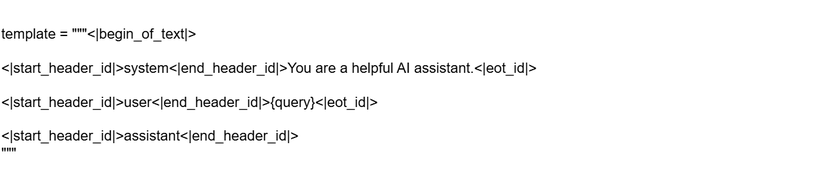
Above: mgm/output.png in TuuSiwei/paper_image (draw.io), before the change. Source tidied: cells renumbered, new cells last; positions are measured from the earlier drawing's top-left corner, leaving out a move shared by most shapes.
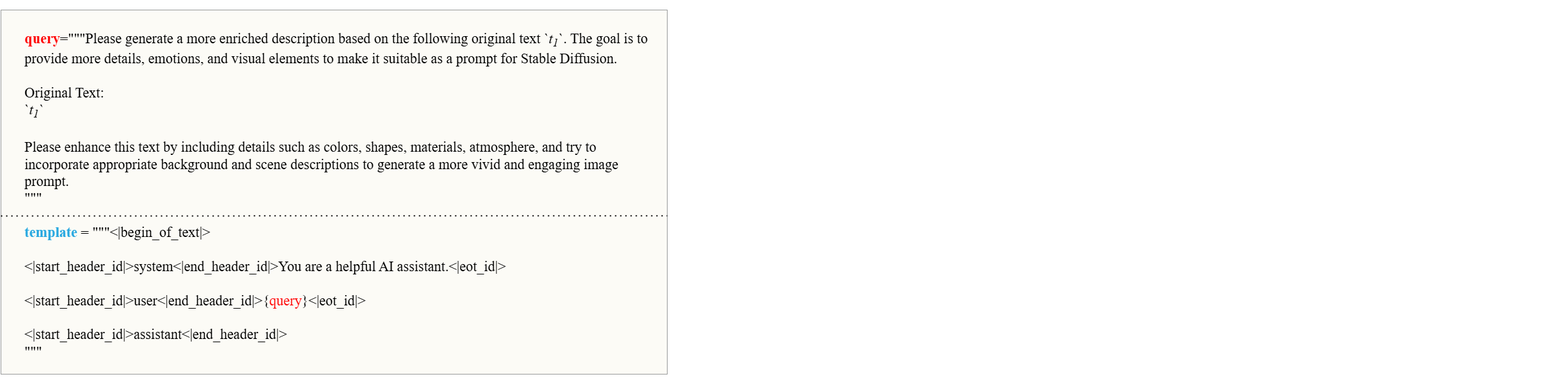
The same diagram one commit later.

Diff of the diagram source:
```diff
@@ -2,11 +2,19 @@
   <root>
     <mxCell id="0" />
     <mxCell id="1" parent="0" />
+    <mxCell id="4" style="rounded=0;whiteSpace=wrap;html=1;fillColor=#f9f7ed;strokeColor=#36393d;opacity=50;" parent="1" vertex="1">
+      <mxGeometry x="-1170" y="-49" width="1033" height="564" as="geometry" />
+    </mxCell>
     <mxCell id="2" value="&lt;pre style=&quot;box-sizing: border-box; font-family: var(--fontStack-monospace, ui-monospace, SFMono-Regular, SF Mono, Menlo, Consolas, Liberation Mono, monospace); font-size: 13.6px; margin-top: 0px; margin-bottom: 0px; overflow-wrap: normal; padding: var(--base-size-16); overflow: auto; line-height: 1.45; color: rgb(240, 246, 252); background-color: rgb(21, 27, 35); border-radius: 6px; word-break: normal; min-height: 52px; font-style: normal; font-variant-ligatures: normal; font-variant-caps: normal; font-weight: 400; letter-spacing: normal; orphans: 2; text-align: start; text-indent: 0px; text-transform: none; widows: 2; word-spacing: 0px; -webkit-text-stroke-width: 0px; text-decoration-thickness: initial; text-decoration-style: initial; text-decoration-color: initial;&quot;&gt;&lt;br&gt;&lt;/pre&gt;" style="text;whiteSpace=wrap;html=1;" parent="1" vertex="1">
       <mxGeometry x="700" y="80" width="560" height="150" as="geometry" />
     </mxCell>
-    <mxCell id="3" value="&lt;div style=&quot;&quot;&gt;&lt;div style=&quot;&quot;&gt;&lt;span style=&quot;font-size: 22px;&quot;&gt;template = &quot;&quot;&quot;&amp;lt;|begin_of_text|&amp;gt;&lt;/span&gt;&lt;/div&gt;&lt;div style=&quot;&quot;&gt;&lt;span style=&quot;font-size: 22px;&quot;&gt;&lt;br&gt;&lt;/span&gt;&lt;/div&gt;&lt;div style=&quot;&quot;&gt;&lt;span style=&quot;font-size: 22px;&quot;&gt;&amp;lt;|start_header_id|&amp;gt;system&amp;lt;|end_header_id|&amp;gt;&lt;/span&gt;&lt;span style=&quot;font-size: 22px; background-color: initial;&quot;&gt;You are a helpful AI assistant.&amp;lt;|eot_id|&amp;gt;&lt;/span&gt;&lt;/div&gt;&lt;div style=&quot;&quot;&gt;&lt;span style=&quot;font-size: 22px;&quot;&gt;&lt;br&gt;&lt;/span&gt;&lt;/div&gt;&lt;div style=&quot;&quot;&gt;&lt;span style=&quot;font-size: 22px;&quot;&gt;&amp;lt;|start_header_id|&amp;gt;user&amp;lt;|end_header_id|&amp;gt;&lt;/span&gt;&lt;span style=&quot;font-size: 22px; background-color: initial;&quot;&gt;{query}&amp;lt;|eot_id|&amp;gt;&lt;/span&gt;&lt;/div&gt;&lt;div style=&quot;&quot;&gt;&lt;span style=&quot;font-size: 22px; background-color: initial;&quot;&gt;&lt;br&gt;&lt;/span&gt;&lt;/div&gt;&lt;div style=&quot;&quot;&gt;&lt;span style=&quot;font-size: 22px; background-color: initial;&quot;&gt;&amp;lt;|start_header_id|&amp;gt;assistant&amp;lt;|end_header_id|&amp;gt;&lt;/span&gt;&lt;/div&gt;&lt;div style=&quot;&quot;&gt;&lt;span style=&quot;font-size: 22px;&quot;&gt;&quot;&quot;&quot;&lt;/span&gt;&lt;/div&gt;&lt;/div&gt;" style="rounded=1;whiteSpace=wrap;html=1;align=left;fillColor=none;strokeColor=none;" parent="1" vertex="1">
-      <mxGeometry width="870" height="290" as="geometry" />
+    <mxCell id="3" value="&lt;div style=&quot;&quot;&gt;&lt;div style=&quot;&quot;&gt;&lt;div style=&quot;&quot;&gt;&lt;span style=&quot;font-size: 22px;&quot;&gt;&lt;font face=&quot;Times New Roman&quot;&gt;&lt;font color=&quot;#ff0000&quot;&gt;&lt;b&gt;query&lt;/b&gt;&lt;/font&gt;=&quot;&quot;&quot;Please generate a more enriched description based on the following original text `&lt;i&gt;t&lt;sub&gt;1&lt;/sub&gt;&lt;/i&gt;`. The goal is to provide more details, emotions, and visual elements to make it suitable as a prompt for Stable Diffusion.&lt;/font&gt;&lt;/span&gt;&lt;/div&gt;&lt;div style=&quot;&quot;&gt;&lt;span style=&quot;font-size: 22px;&quot;&gt;&lt;font face=&quot;Times New Roman&quot;&gt;&lt;br&gt;&lt;/font&gt;&lt;/span&gt;&lt;/div&gt;&lt;div style=&quot;&quot;&gt;&lt;span style=&quot;font-size: 22px;&quot;&gt;&lt;font face=&quot;Times New Roman&quot;&gt;Original Text:&lt;/font&gt;&lt;/span&gt;&lt;/div&gt;&lt;div style=&quot;&quot;&gt;&lt;font face=&quot;Times New Roman&quot;&gt;&lt;span style=&quot;font-size: 22px;&quot;&gt;`&lt;/span&gt;&lt;i style=&quot;font-size: 22px;&quot;&gt;t&lt;sub&gt;1&lt;/sub&gt;&lt;/i&gt;&lt;span style=&quot;font-size: 22px;&quot;&gt;`&lt;/span&gt;&lt;/font&gt;&lt;/div&gt;&lt;div style=&quot;&quot;&gt;&lt;span style=&quot;font-size: 22px;&quot;&gt;&lt;font face=&quot;Times New Roman&quot;&gt;&lt;br&gt;&lt;/font&gt;&lt;/span&gt;&lt;/div&gt;&lt;div style=&quot;&quot;&gt;&lt;span style=&quot;font-size: 22px;&quot;&gt;&lt;font face=&quot;Times New Roman&quot;&gt;Please enhance this text by including details such as colors, shapes, materials, atmosphere, and try to incorporate appropriate background and scene descriptions to generate a more vivid and engaging image prompt.&lt;/font&gt;&lt;/span&gt;&lt;/div&gt;&lt;div style=&quot;font-size: 22px;&quot;&gt;&lt;font face=&quot;Times New Roman&quot;&gt;&quot;&quot;&quot;&lt;/font&gt;&lt;/div&gt;&lt;/div&gt;&lt;div style=&quot;&quot;&gt;&lt;span style=&quot;font-size: 22px;&quot;&gt;&lt;font face=&quot;Times New Roman&quot;&gt;&lt;br&gt;&lt;/font&gt;&lt;/span&gt;&lt;/div&gt;&lt;div style=&quot;&quot;&gt;&lt;span style=&quot;font-size: 22px;&quot;&gt;&lt;font face=&quot;Times New Roman&quot;&gt;&lt;b style=&quot;&quot;&gt;&lt;font color=&quot;#28a8e0&quot;&gt;template &lt;/font&gt;&lt;/b&gt;= &quot;&quot;&quot;&amp;lt;|begin_of_text|&amp;gt;&lt;/font&gt;&lt;/span&gt;&lt;/div&gt;&lt;div style=&quot;&quot;&gt;&lt;span style=&quot;font-size: 22px;&quot;&gt;&lt;font face=&quot;Times New Roman&quot;&gt;&lt;br&gt;&lt;/font&gt;&lt;/span&gt;&lt;/div&gt;&lt;div style=&quot;&quot;&gt;&lt;font face=&quot;Times New Roman&quot;&gt;&lt;span style=&quot;font-size: 22px;&quot;&gt;&amp;lt;|start_header_id|&amp;gt;system&amp;lt;|end_header_id|&amp;gt;&lt;/span&gt;&lt;span style=&quot;font-size: 22px; background-color: initial;&quot;&gt;You are a helpful AI assistant.&amp;lt;|eot_id|&amp;gt;&lt;/span&gt;&lt;/font&gt;&lt;/div&gt;&lt;div style=&quot;&quot;&gt;&lt;span style=&quot;font-size: 22px;&quot;&gt;&lt;font face=&quot;Times New Roman&quot;&gt;&lt;br&gt;&lt;/font&gt;&lt;/span&gt;&lt;/div&gt;&lt;div style=&quot;&quot;&gt;&lt;font face=&quot;Times New Roman&quot;&gt;&lt;span style=&quot;font-size: 22px;&quot;&gt;&amp;lt;|start_header_id|&amp;gt;user&amp;lt;|end_header_id|&amp;gt;&lt;/span&gt;&lt;span style=&quot;font-size: 22px; background-color: initial;&quot;&gt;{&lt;font color=&quot;#ff0000&quot;&gt;query&lt;/font&gt;}&amp;lt;|eot_id|&amp;gt;&lt;/span&gt;&lt;/font&gt;&lt;/div&gt;&lt;div style=&quot;&quot;&gt;&lt;span style=&quot;font-size: 22px; background-color: initial;&quot;&gt;&lt;font face=&quot;Times New Roman&quot;&gt;&lt;br&gt;&lt;/font&gt;&lt;/span&gt;&lt;/div&gt;&lt;div style=&quot;&quot;&gt;&lt;span style=&quot;font-size: 22px; background-color: initial;&quot;&gt;&lt;font face=&quot;Times New Roman&quot;&gt;&amp;lt;|start_header_id|&amp;gt;assistant&amp;lt;|end_header_id|&amp;gt;&lt;/font&gt;&lt;/span&gt;&lt;/div&gt;&lt;div style=&quot;&quot;&gt;&lt;span style=&quot;font-size: 22px;&quot;&gt;&lt;font face=&quot;Times New Roman&quot;&gt;&quot;&quot;&quot;&lt;/font&gt;&lt;/span&gt;&lt;/div&gt;&lt;/div&gt;" style="rounded=0;whiteSpace=wrap;html=1;align=left;fillColor=none;strokeColor=none;" parent="1" vertex="1">
+      <mxGeometry x="-1135" y="-64" width="984" height="604" as="geometry" />
     </mxCell>
+    <mxCell id="5" style="endArrow=none;dashed=1;html=1;dashPattern=1 3;strokeWidth=2;rounded=0;entryX=1;entryY=0.565;entryDx=0;entryDy=0;entryPerimeter=0;" parent="1" edge="1" target="4">
+      <mxGeometry relative="1" as="geometry">
+        <mxPoint x="-1170" y="270" as="sourcePoint" />
+      </mxGeometry>
+    </mxCell>
   </root>
 </mxGraphModel>
```
